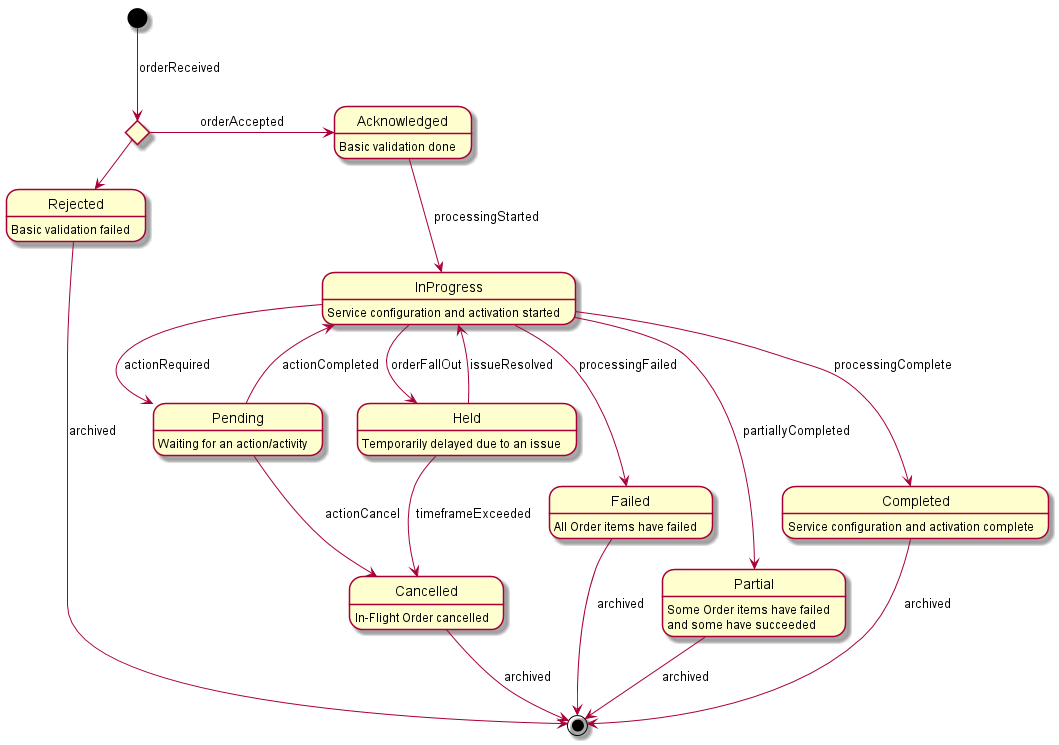
Earlier version of the PlantUML export documentation/serviceApi/order/media/serviceOrderState.png (MEF-GIT/MEF-LSO-Legato-SDK).
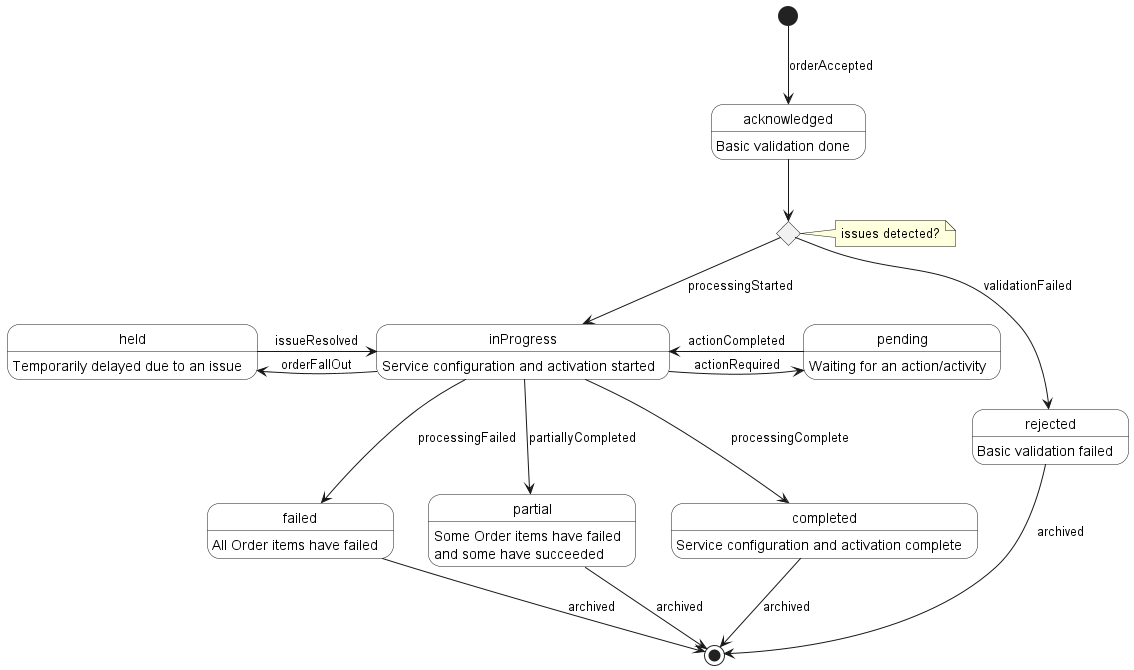
Later version of the same file.

Diff of the diagram source:
```diff
@@ -1,39 +1,40 @@
 @startuml
 
+skinparam {
+    StateBackgroundColor White
+}
+
 hide empty description
-state Acknowledged : Basic validation done
-state InProgress : Service configuration and activation started
-state Completed : Service configuration and activation complete
-state Rejected : Basic validation failed
-state Pending : Waiting for an action/activity
-state Held : Temporarily delayed due to an issue
-state Cancelled : In-Flight Order cancelled
-state Failed : All Order items have failed
-state Partial : Some Order items have failed\nand some have succeeded
+state acknowledged : Basic validation done
+state inProgress : Service configuration and activation started
+state completed : Service configuration and activation complete
+state rejected : Basic validation failed
+state pending : Waiting for an action/activity
+state held : Temporarily delayed due to an issue
+state failed : All Order items have failed
+state partial : Some Order items have failed\nand some have succeeded
 state IsAccepted <<choice>>
 
-[*] --> IsAccepted : orderReceived
-IsAccepted -> Acknowledged : orderAccepted
-IsAccepted -> Rejected : validationFailed
+[*] --> acknowledged: orderAccepted
+note right of IsAccepted : issues detected?
+acknowledged -d-> IsAccepted
+IsAccepted -d-> inProgress : processingStarted
+IsAccepted -d-> rejected : validationFailed
 
-Acknowledged --> InProgress : processingStarted
 
-InProgress --> Completed : processingComplete
-InProgress --> Failed : processingFailed
-InProgress --> Partial : partiallyCompleted
-InProgress --> Pending : actionRequired
-InProgress --> Held : orderFallOut
+inProgress --> completed : processingComplete
+inProgress --> failed : processingFailed
+inProgress --> partial : partiallyCompleted
+inProgress -l-> pending : actionRequired
+inProgress -l-> held : orderFallOut
 
-Pending --> Cancelled : actionCancel
-Pending --> InProgress : actionCompleted
+pending -r-> inProgress : actionCompleted
 
-Held --> Cancelled : timeframeExceeded
-Held --> InProgress : issueResolved
+held -r-> inProgress : issueResolved
 
-Completed --> [*] : archived
-Failed --> [*] : archived
-Partial --> [*] : archived
-Rejected --> [*] : archived
-Cancelled --> [*] : archived
+completed --> [*] : archived
+failed --> [*] : archived
+partial --> [*] : archived
+rejected --> [*] : archived
 
 @enduml
```
